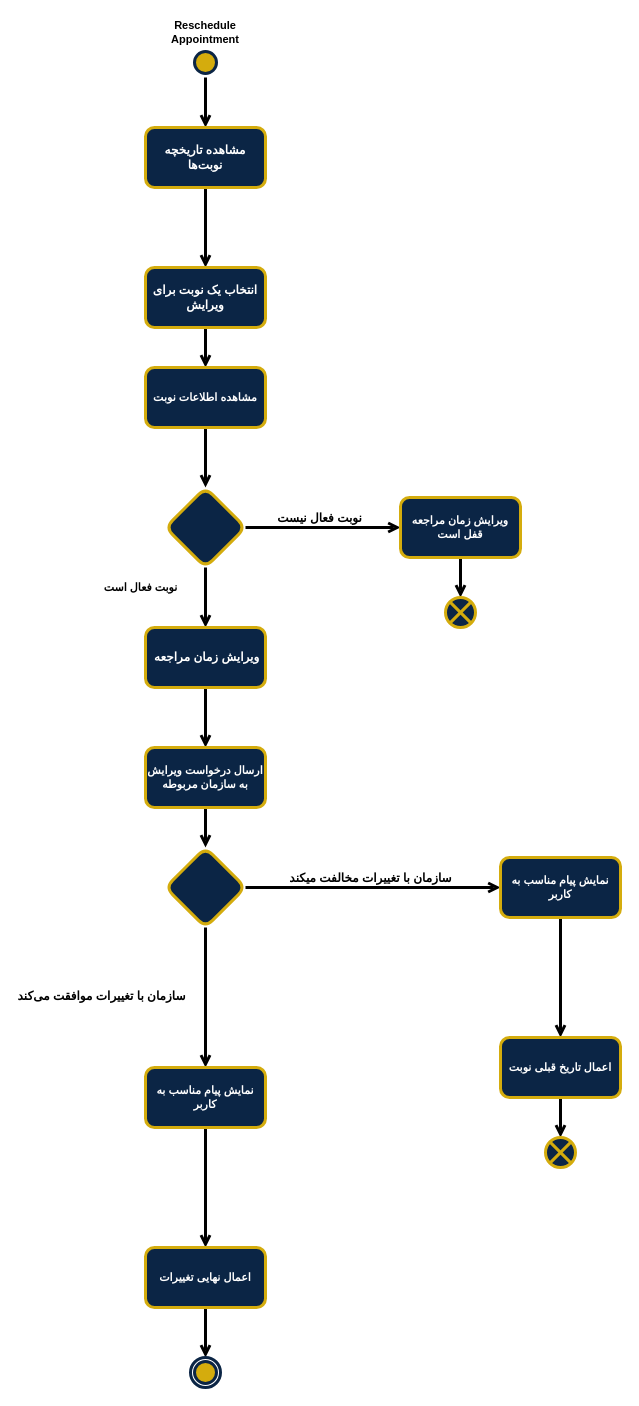
This is page "Reschedule Appo" (2 of 3) of Documentation/Analysis/Modeling/Functional Models/Customer/Customer Act Diag.drawio from TnT74K/Project-SAD, a draw.io file, before an edit. Source tidied: cells renumbered, new cells numbered last; positions are measured from the earlier drawing's top-left corner, leaving out a move shared by most shapes. Both pictures are drawn from the tidied source at 100%, with x=0, y=0 at pixel (145, 17).
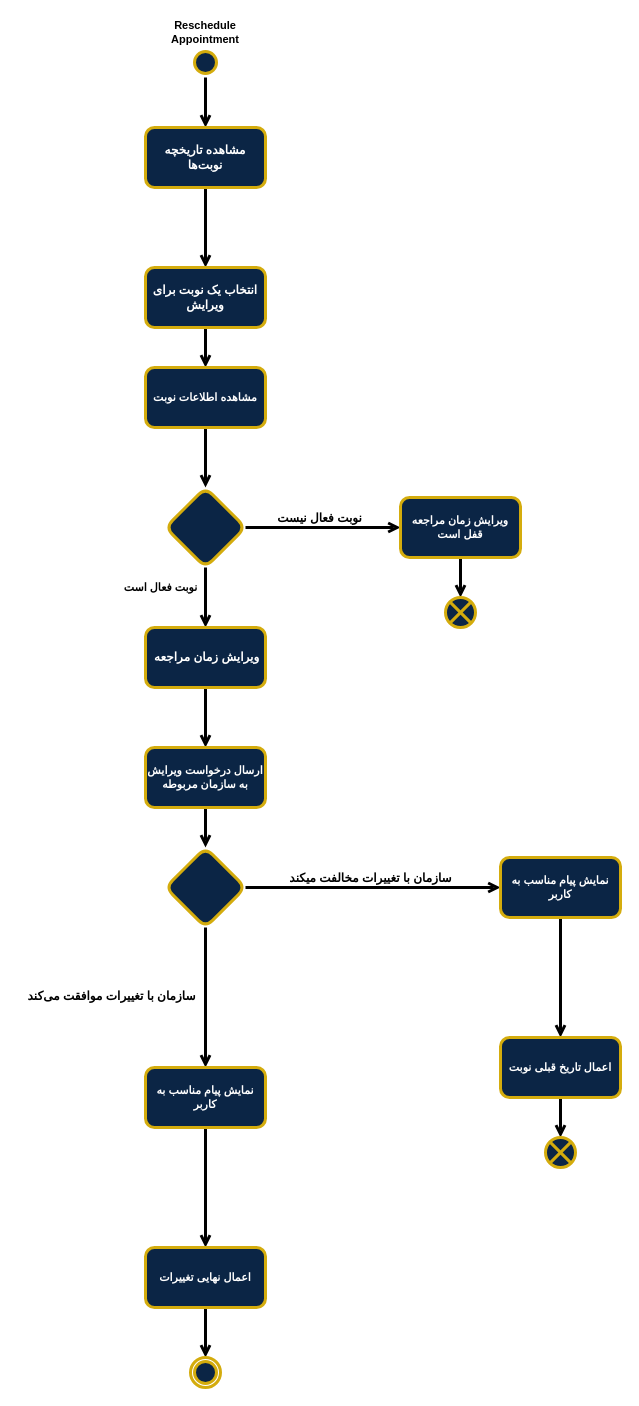
The same diagram, later.

Unchanged cells that the change refers to:
```xml
<mxCell id="10" value="&amp;nbsp;ویرایش زمان مراجعه" style="whiteSpace=wrap;html=1;fontFamily=zain;fillColor=light-dark(#0B2545,#0B2545);strokeColor=light-dark(#D4AC0D,#D4AC0D);fontColor=light-dark(#FFFFFF,#FFFFFF);strokeWidth=3;align=center;verticalAlign=middle;fontSize=12;fontStyle=1;labelBackgroundColor=none;rounded=1;" parent="1" vertex="1">
  <mxGeometry y="610" width="120" height="60" as="geometry" />
</mxCell>
<mxCell id="19" style="edgeStyle=orthogonalEdgeStyle;shape=connector;rounded=0;jettySize=auto;html=1;strokeColor=light-dark(#000000,#FFFFFF);strokeWidth=3;align=center;verticalAlign=middle;fontFamily=zain;fontSize=11;fontColor=light-dark(#FFFFFF,#FFFFFF);fontStyle=1;labelBackgroundColor=none;endArrow=open;endFill=0;entryX=0.5;entryY=0;entryDx=0;entryDy=0;" parent="1" edge="1" source="21" target="27">
  <mxGeometry relative="1" as="geometry" />
</mxCell>
<mxCell id="34" style="rhombus;whiteSpace=wrap;html=1;rounded=1;strokeColor=light-dark(#D4AC0D,#D4AC0D);strokeWidth=3;align=center;verticalAlign=middle;fontFamily=zain;fontSize=11;fontColor=light-dark(#FFFFFF,#FFFFFF);fontStyle=1;labelBackgroundColor=none;fillColor=light-dark(#0B2545,#0B2545);" parent="1" vertex="1">
  <mxGeometry x="20" y="470" width="80" height="80" as="geometry" />
</mxCell>
```

Diff of the diagram source:
```diff
@@
     <mxCell id="2" value="&lt;span style=&quot;color: light-dark(rgb(0, 0, 0), rgb(255, 255, 255));&quot;&gt;نوبت فعال است&lt;/span&gt;" style="edgeStyle=orthogonalEdgeStyle;shape=connector;rounded=0;jettySize=auto;html=1;strokeColor=light-dark(#000000,#FFFFFF);strokeWidth=3;align=center;verticalAlign=middle;fontFamily=zain;fontSize=11;fontColor=light-dark(#FFFFFF,#FFFFFF);fontStyle=1;labelBackgroundColor=none;endArrow=open;endFill=0;" parent="1" edge="1" source="34" target="10">
-      <mxGeometry x="-0.33" y="-65" relative="1" as="geometry" />
+      <mxGeometry x="-0.33" y="-45" relative="1" as="geometry" />
     </mxCell>
-    <mxCell id="3" style="ellipse;html=1;shape=startState;fillColor=#D4AC0D;strokeColor=light-dark(#0B2545,#C0D6E8);rounded=1;strokeWidth=3;align=center;verticalAlign=middle;fontFamily=zain;fontSize=12;fontColor=light-dark(#0B2545,#C0D6E8);" parent="1" vertex="1">
+    <mxCell id="3" style="ellipse;html=1;shape=startState;fillColor=light-dark(#0B2545,#0B2545);strokeColor=light-dark(#D4AC0D,#D4AC0D);rounded=1;strokeWidth=3;align=center;verticalAlign=middle;fontFamily=zain;fontSize=12;fontColor=light-dark(#FFFFFF,#FFFFFF);fontStyle=1;labelBackgroundColor=none;" parent="1" vertex="1">
       <mxGeometry x="45" y="30" width="30" height="30" as="geometry" />
     </mxCell>
@@
     <mxCell id="20" value="سازمان با تغییرات موافقت می‌کند" style="edgeLabel;html=1;align=center;verticalAlign=middle;fontSize=12;rounded=1;strokeColor=light-dark(#D4AC0D,#D4AC0D);strokeWidth=3;fontFamily=zain;fontColor=light-dark(#000000,#FFFFFF);fontStyle=1;labelBackgroundColor=none;fillColor=light-dark(#0B2545,#0B2545);" parent="19" vertex="1">
       <mxGeometry x="-0.24" y="-5" relative="1" as="geometry">
-        <mxPoint x="-100" y="15" as="offset" />
+        <mxPoint x="-90" y="15" as="offset" />
       </mxGeometry>
     </mxCell>
@@
-    <mxCell id="31" style="ellipse;html=1;shape=endState;fillColor=light-dark(#D4AC0D,#805E00);strokeColor=light-dark(#0B2545,#C0D6E8);rounded=1;strokeWidth=3;align=center;verticalAlign=middle;fontFamily=zain;fontSize=12;fontColor=light-dark(#0B2545,#C0D6E8);fontStyle=1;labelBackgroundColor=none;" parent="1" vertex="1">
+    <mxCell id="31" style="ellipse;html=1;shape=endState;fillColor=light-dark(#0B2545,#0B2545);strokeColor=light-dark(#D4AC0D,#D4AC0D);rounded=1;strokeWidth=3;align=center;verticalAlign=middle;fontFamily=zain;fontSize=12;fontColor=light-dark(#FFFFFF,#FFFFFF);fontStyle=1;labelBackgroundColor=none;" parent="1" vertex="1">
       <mxGeometry x="45" y="1340" width="30" height="30" as="geometry" />
     </mxCell>
```
